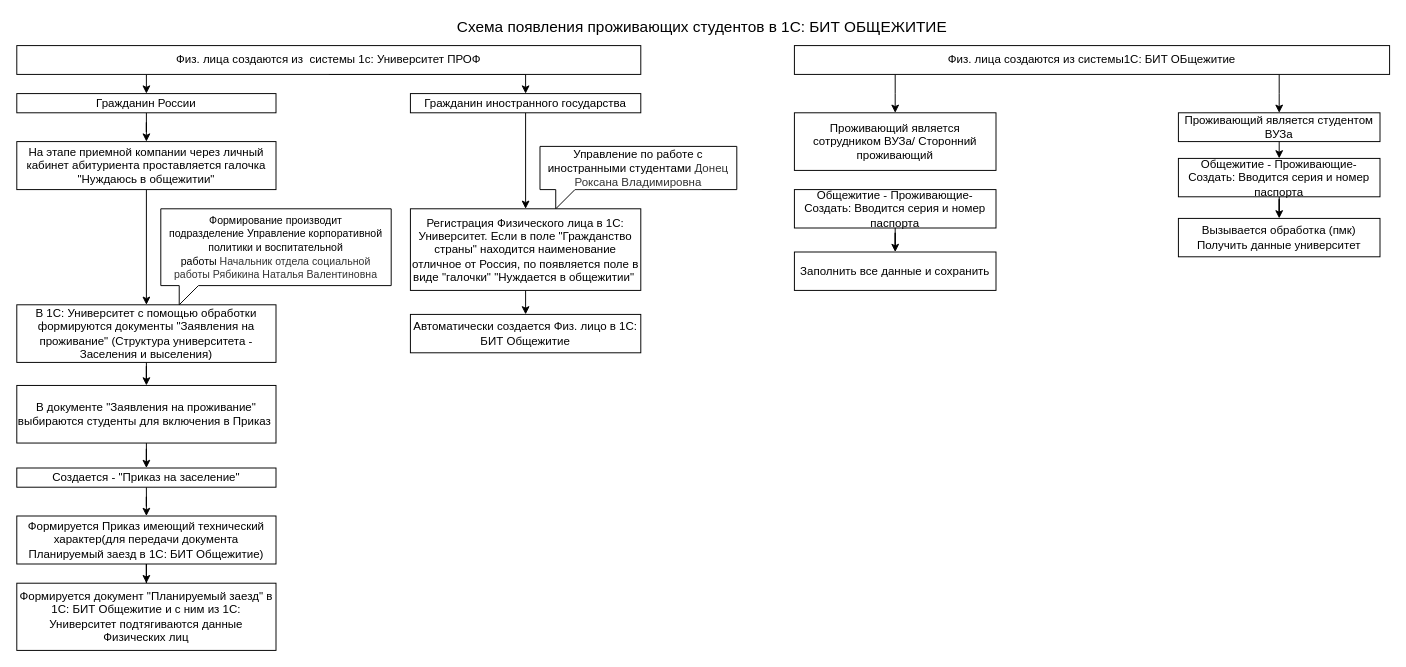
Above: 1C Общежитие.drawio in st00g21/MyRepo2 (draw.io), before the change. Source tidied: cells renumbered, new cells numbered last; positions are measured from the earlier drawing's top-left corner, leaving out a move shared by most shapes. Both pictures are drawn from the tidied source at 96%, with x=0, y=0 at pixel (16, 16).
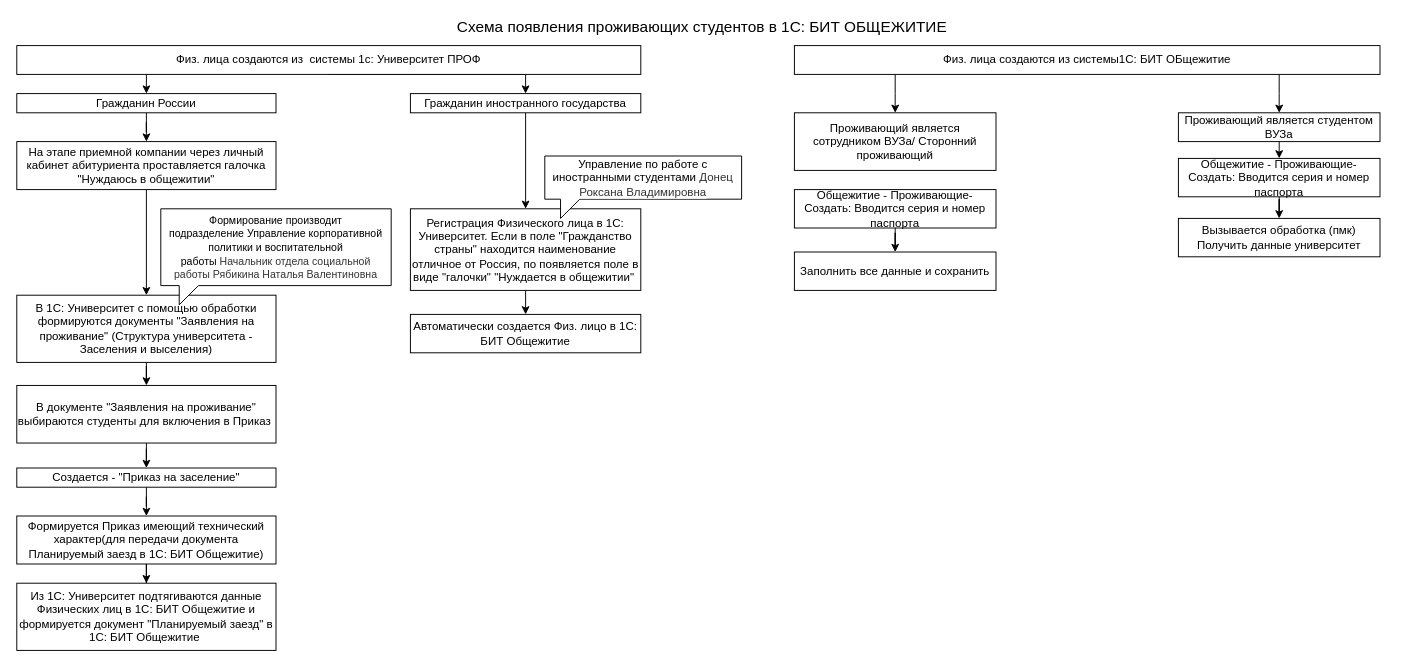
Above is the later version.

What changed in the source:
```diff
@@
     <mxCell id="9" value="Физ. лица создаются из системы1С: БИТ ОБщежитие" style="rounded=0;whiteSpace=wrap;html=1;" parent="1" vertex="1">
-      <mxGeometry x="810" y="30" width="620" height="30" as="geometry" />
+      <mxGeometry x="810" y="30" width="610" height="30" as="geometry" />
     </mxCell>
@@
     <mxCell id="13" value="В 1С: Университет с помощью обработки формируются документы &quot;Заявления на проживание&quot; (Структура университета - Заселения и выселения)" style="rounded=0;whiteSpace=wrap;html=1;" parent="1" vertex="1">
-      <mxGeometry y="300" width="270" height="60" as="geometry" />
+      <mxGeometry y="290" width="270" height="70" as="geometry" />
     </mxCell>
@@
-    <mxCell id="19" value="Формируется документ &quot;Планируемый заезд&quot; в 1С: БИТ Общежитие и с ним из 1С: Университет подтягиваются данные Физических лиц" style="rounded=0;whiteSpace=wrap;html=1;" parent="1" vertex="1">
+    <mxCell id="19" value="Из 1С: Университет подтягиваются данные Физических лиц в 1С: БИТ Общежитие и формируется документ &quot;Планируемый заезд&quot; в 1С: БИТ Общежитие&amp;nbsp;" style="rounded=0;whiteSpace=wrap;html=1;" parent="1" vertex="1">
       <mxGeometry y="590" width="270" height="70" as="geometry" />
     </mxCell>
@@
     <mxCell id="22" value="&lt;span style=&quot;background-color: rgb(255 , 255 , 255)&quot;&gt;&lt;span&gt;Управление по работе с иностранными студентами&amp;nbsp;&lt;/span&gt;&lt;span style=&quot;color: rgb(51 , 51 , 51) ; text-align: justify&quot;&gt;Донец Роксана Владимировна&lt;/span&gt;&lt;/span&gt;" style="shape=callout;whiteSpace=wrap;html=1;perimeter=calloutPerimeter;size=20;position=0.08;position2=0.08;" parent="1" vertex="1">
-      <mxGeometry x="545" y="135" width="205" height="65" as="geometry" />
+      <mxGeometry x="550" y="145" width="205" height="65" as="geometry" />
     </mxCell>
```
